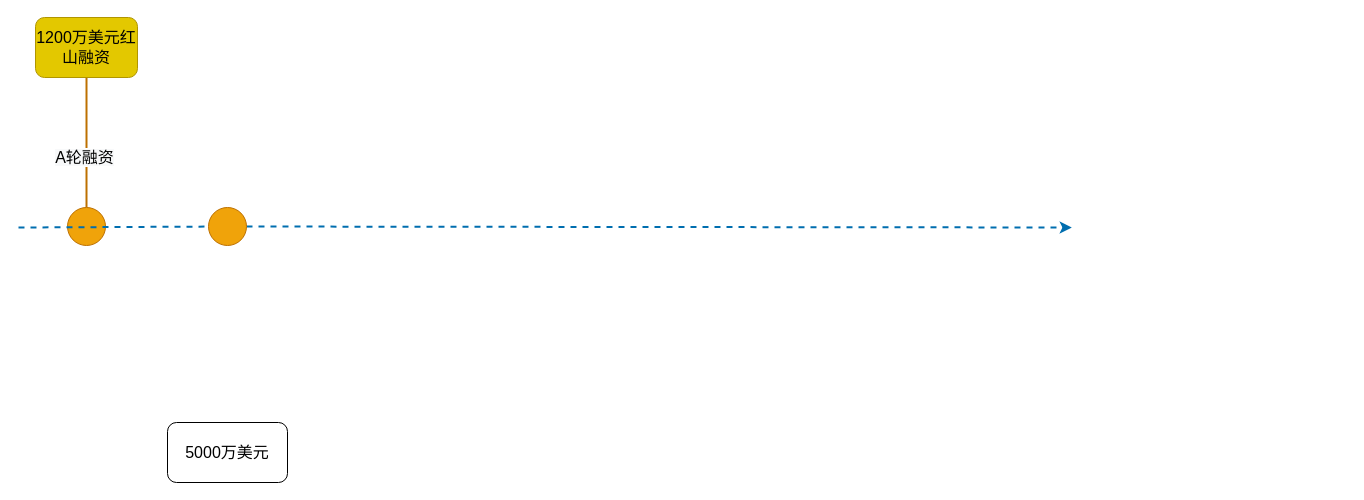
The draw.io diagram page "美团点评融资历程" (3 of 6) of 未命名绘图.drawio in starzy1990/diagrams, before the edit. Source tidied: cells renumbered, new cells numbered last; positions are measured from the earlier drawing's top-left corner, leaving out a move shared by most shapes. Both pictures are drawn from the tidied source at 100%, with x=0, y=0 at pixel (18, 17).
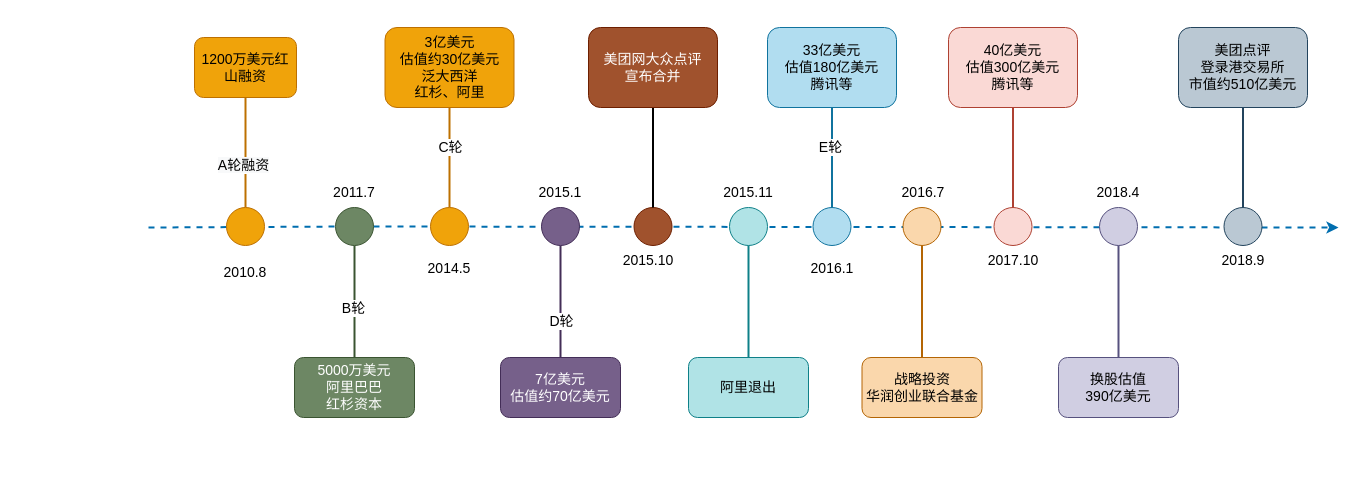
The same diagram, later.

Diff of the diagram source:
```diff
@@
-    <mxCell id="2" style="endArrow=classic;html=1;rounded=0;fontSize=16;strokeWidth=2;dashed=1;fillColor=#1ba1e2;strokeColor=#006EAF;startArrow=none;" parent="1" edge="1" source="7">
+    <mxCell id="2" style="endArrow=classic;html=1;rounded=0;fontSize=14;strokeWidth=2;dashed=1;fillColor=#1ba1e2;strokeColor=#006EAF;startArrow=none;" parent="1" edge="1" source="7">
       <mxGeometry relative="1" as="geometry">
-        <mxPoint x="1053.3" y="210" as="targetPoint" />
+        <mxPoint x="1320" y="210" as="targetPoint" />
       </mxGeometry>
     </mxCell>
-    <mxCell id="3" style="ellipse;whiteSpace=wrap;html=1;fontSize=16;fillColor=#f0a30a;strokeColor=#BD7000;fontColor=#000000;" parent="1" vertex="1">
-      <mxGeometry x="49" y="190" width="38" height="38" as="geometry" />
-    </mxCell>
-    <mxCell id="4" style="edgeStyle=orthogonalEdgeStyle;rounded=0;jettySize=auto;html=1;entryX=0.5;entryY=0;entryDx=0;entryDy=0;fontSize=16;startArrow=none;startFill=0;endArrow=none;endFill=0;strokeWidth=2;fillColor=#f0a30a;strokeColor=#BD7000;" parent="1" edge="1" source="6" target="3">
+    <mxCell id="4" style="edgeStyle=orthogonalEdgeStyle;rounded=0;jettySize=auto;html=1;entryX=0.5;entryY=0;entryDx=0;entryDy=0;fontSize=14;startArrow=none;startFill=0;endArrow=none;endFill=0;strokeWidth=2;fillColor=#f0a30a;strokeColor=#BD7000;" parent="1" edge="1" source="6" target="3">
       <mxGeometry relative="1" as="geometry" />
     </mxCell>
-    <mxCell id="5" value="&lt;span style=&quot;background-color: rgb(248 , 249 , 250)&quot;&gt;A轮融资&lt;/span&gt;" style="edgeLabel;html=1;align=center;verticalAlign=middle;fontSize=16;" parent="4" vertex="1">
+    <mxCell id="5" value="&lt;span style=&quot;background-color: rgb(248, 249, 250); font-size: 14px;&quot;&gt;A轮融资&lt;/span&gt;" style="edgeLabel;html=1;align=center;verticalAlign=middle;fontSize=14;" parent="4" vertex="1">
       <mxGeometry x="0.21" y="-3" relative="1" as="geometry" />
     </mxCell>
-    <mxCell id="6" value="1200万美元红山融资" style="rounded=1;whiteSpace=wrap;html=1;fontSize=16;fillColor=#e3c800;fontColor=#000000;strokeColor=#B09500;" parent="1" vertex="1">
-      <mxGeometry x="17" width="102" height="60" as="geometry" />
+    <mxCell id="6" value="1200万美元红山融资" style="rounded=1;whiteSpace=wrap;html=1;fontSize=14;fillColor=#f0a30a;fontColor=#000000;strokeColor=#BD7000;" parent="1" vertex="1">
+      <mxGeometry x="176" y="20" width="102" height="60" as="geometry" />
     </mxCell>
+    <mxCell id="10" style="edgeStyle=orthogonalEdgeStyle;rounded=0;jettySize=auto;html=1;fontColor=#FFFFFF;strokeWidth=2;fillColor=#6d8764;strokeColor=#3A5431;endArrow=none;endFill=0;fontSize=14;" parent="1" edge="1" source="7" target="9">
+      <mxGeometry relative="1" as="geometry" />
+    </mxCell>
+    <mxCell id="11" value="B轮" style="edgeLabel;html=1;align=center;verticalAlign=middle;fontSize=14;fontColor=#000000;" parent="10" vertex="1">
+      <mxGeometry x="0.11" y="-2" relative="1" as="geometry" />
+    </mxCell>
-    <mxCell id="7" style="ellipse;whiteSpace=wrap;html=1;fontSize=16;fillColor=#f0a30a;strokeColor=#BD7000;fontColor=#000000;" parent="1" vertex="1">
-      <mxGeometry x="190" y="190" width="38" height="38" as="geometry" />
+    <mxCell id="7" style="ellipse;whiteSpace=wrap;html=1;fontSize=14;fillColor=#6d8764;strokeColor=#3A5431;fontColor=#ffffff;" parent="1" vertex="1">
+      <mxGeometry x="317" y="190" width="38" height="38" as="geometry" />
     </mxCell>
-    <mxCell id="8" style="endArrow=none;html=1;rounded=0;fontSize=16;strokeWidth=2;dashed=1;fillColor=#1ba1e2;strokeColor=#006EAF;" parent="1" edge="1" target="7">
+    <mxCell id="8" style="endArrow=none;html=1;rounded=0;fontSize=14;strokeWidth=2;dashed=1;fillColor=#1ba1e2;strokeColor=#006EAF;" parent="1" edge="1" target="7">
       <mxGeometry relative="1" as="geometry">
-        <mxPoint y="210" as="sourcePoint" />
+        <mxPoint x="130" y="210" as="sourcePoint" />
       </mxGeometry>
     </mxCell>
-    <mxCell id="9" value="5000万美元" style="rounded=1;whiteSpace=wrap;html=1;fontSize=16;" parent="1" vertex="1">
-      <mxGeometry x="149" y="405" width="120" height="60" as="geometry" />
+    <mxCell id="9" value="5000万美元&lt;br style=&quot;font-size: 14px;&quot;&gt;阿里巴巴&lt;br style=&quot;font-size: 14px;&quot;&gt;红杉资本" style="rounded=1;whiteSpace=wrap;html=1;fontSize=14;fillColor=#6d8764;fontColor=#ffffff;strokeColor=#3A5431;" parent="1" vertex="1">
+      <mxGeometry x="276" y="340" width="120" height="60" as="geometry" />
     </mxCell>
+    <mxCell id="12" value="2010.8" style="text;html=1;strokeColor=none;fillColor=none;align=center;verticalAlign=middle;whiteSpace=wrap;rounded=0;fontColor=#000000;fontSize=14;" parent="1" vertex="1">
+      <mxGeometry x="197" y="240" width="60" height="30" as="geometry" />
+    </mxCell>
+    <mxCell id="13" style="ellipse;whiteSpace=wrap;html=1;fontSize=14;fillColor=#f0a30a;strokeColor=#BD7000;fontColor=#000000;" parent="1" vertex="1">
+      <mxGeometry x="412" y="190" width="38" height="38" as="geometry" />
+    </mxCell>
+    <mxCell id="14" style="edgeStyle=orthogonalEdgeStyle;rounded=0;jettySize=auto;html=1;entryX=0.5;entryY=0;entryDx=0;entryDy=0;fontSize=14;fontColor=#000000;endArrow=none;endFill=0;strokeWidth=2;fillColor=#f0a30a;strokeColor=#BD7000;" parent="1" edge="1" source="16" target="13">
+      <mxGeometry relative="1" as="geometry" />
+    </mxCell>
+    <mxCell id="15" value="C轮" style="edgeLabel;html=1;align=center;verticalAlign=middle;fontSize=14;fontColor=#000000;" parent="14" vertex="1">
+      <mxGeometry x="-0.22" relative="1" as="geometry" />
+    </mxCell>
+    <mxCell id="16" value="3亿美元&lt;br&gt;估值约30亿美元&lt;br&gt;泛大西洋&lt;br&gt;红杉、阿里" style="rounded=1;whiteSpace=wrap;html=1;fontSize=14;fillColor=#f0a30a;fontColor=#000000;strokeColor=#BD7000;" parent="1" vertex="1">
+      <mxGeometry x="366.5" y="10" width="129" height="80" as="geometry" />
+    </mxCell>
+    <mxCell id="17" value="2011.7" style="text;html=1;strokeColor=none;fillColor=none;align=center;verticalAlign=middle;whiteSpace=wrap;rounded=0;fontColor=#000000;fontSize=14;" parent="1" vertex="1">
+      <mxGeometry x="306" y="160" width="60" height="30" as="geometry" />
+    </mxCell>
+    <mxCell id="18" value="2014.5" style="text;html=1;strokeColor=none;fillColor=none;align=center;verticalAlign=middle;whiteSpace=wrap;rounded=0;fontColor=#000000;fontSize=14;" parent="1" vertex="1">
+      <mxGeometry x="401" y="236" width="60" height="30" as="geometry" />
+    </mxCell>
+    <mxCell id="19" style="ellipse;whiteSpace=wrap;html=1;fontSize=14;fillColor=#76608a;strokeColor=#432D57;fontColor=#ffffff;" parent="1" vertex="1">
+      <mxGeometry x="523" y="190" width="38" height="38" as="geometry" />
+    </mxCell>
+    <mxCell id="20" style="edgeStyle=orthogonalEdgeStyle;rounded=0;jettySize=auto;html=1;entryX=0.5;entryY=1;entryDx=0;entryDy=0;fontSize=14;fontColor=#000000;endArrow=none;endFill=0;strokeWidth=2;fillColor=#76608a;strokeColor=#432D57;" parent="1" edge="1" source="22" target="19">
+      <mxGeometry relative="1" as="geometry" />
+    </mxCell>
+    <mxCell id="21" value="D轮" style="edgeLabel;html=1;align=center;verticalAlign=middle;fontSize=14;fontColor=#000000;" parent="20" vertex="1">
+      <mxGeometry x="-0.34" relative="1" as="geometry" />
+    </mxCell>
+    <mxCell id="22" value="7亿美元&lt;br style=&quot;font-size: 14px&quot;&gt;估值约70亿美元" style="rounded=1;whiteSpace=wrap;html=1;fontSize=14;fillColor=#76608a;fontColor=#ffffff;strokeColor=#432D57;" parent="1" vertex="1">
+      <mxGeometry x="482" y="340" width="120" height="60" as="geometry" />
+    </mxCell>
+    <mxCell id="23" value="2015.1" style="text;html=1;strokeColor=none;fillColor=none;align=center;verticalAlign=middle;whiteSpace=wrap;rounded=0;fontColor=#000000;fontSize=14;" parent="1" vertex="1">
+      <mxGeometry x="512" y="160" width="60" height="30" as="geometry" />
+    </mxCell>
+    <mxCell id="24" style="ellipse;whiteSpace=wrap;html=1;fontSize=14;fillColor=#a0522d;strokeColor=#6D1F00;fontColor=#ffffff;" parent="1" vertex="1">
+      <mxGeometry x="615.5" y="190" width="38" height="38" as="geometry" />
+    </mxCell>
+    <mxCell id="25" style="edgeStyle=orthogonalEdgeStyle;rounded=0;jettySize=auto;html=1;entryX=0.5;entryY=0;entryDx=0;entryDy=0;fontSize=14;fontColor=#000000;endArrow=none;endFill=0;strokeWidth=2;" parent="1" edge="1" source="26" target="24">
+      <mxGeometry relative="1" as="geometry" />
+    </mxCell>
+    <mxCell id="26" value="美团网大众点评&lt;br&gt;宣布合并" style="rounded=1;whiteSpace=wrap;html=1;fontSize=14;fillColor=#a0522d;fontColor=#ffffff;strokeColor=#6D1F00;" parent="1" vertex="1">
+      <mxGeometry x="570" y="10" width="129" height="80" as="geometry" />
+    </mxCell>
+    <mxCell id="27" value="2015.10" style="text;html=1;strokeColor=none;fillColor=none;align=center;verticalAlign=middle;whiteSpace=wrap;rounded=0;fontColor=#000000;fontSize=14;" parent="1" vertex="1">
+      <mxGeometry x="600" y="228" width="60" height="30" as="geometry" />
+    </mxCell>
+    <mxCell id="28" style="ellipse;whiteSpace=wrap;html=1;fontSize=14;fillColor=#b0e3e6;strokeColor=#0e8088;" parent="1" vertex="1">
+      <mxGeometry x="711" y="190" width="38" height="38" as="geometry" />
+    </mxCell>
+    <mxCell id="29" style="edgeStyle=orthogonalEdgeStyle;rounded=0;jettySize=auto;html=1;entryX=0.5;entryY=1;entryDx=0;entryDy=0;fontSize=14;fontColor=#000000;endArrow=none;endFill=0;strokeWidth=2;fillColor=#b0e3e6;strokeColor=#0e8088;" parent="1" edge="1" source="30" target="28">
+      <mxGeometry relative="1" as="geometry" />
+    </mxCell>
+    <mxCell id="30" value="阿里退出" style="rounded=1;whiteSpace=wrap;html=1;fontSize=14;fillColor=#b0e3e6;strokeColor=#0e8088;" parent="1" vertex="1">
+      <mxGeometry x="670" y="340" width="120" height="60" as="geometry" />
+    </mxCell>
+    <mxCell id="31" value="2015.11" style="text;html=1;strokeColor=none;fillColor=none;align=center;verticalAlign=middle;whiteSpace=wrap;rounded=0;fontColor=#000000;fontSize=14;" parent="1" vertex="1">
+      <mxGeometry x="700" y="160" width="60" height="30" as="geometry" />
+    </mxCell>
+    <mxCell id="32" style="ellipse;whiteSpace=wrap;html=1;fontSize=14;fillColor=#b1ddf0;strokeColor=#10739e;" parent="1" vertex="1">
+      <mxGeometry x="794.5" y="190" width="38" height="38" as="geometry" />
+    </mxCell>
+    <mxCell id="33" style="edgeStyle=orthogonalEdgeStyle;rounded=0;jettySize=auto;html=1;entryX=0.5;entryY=0;entryDx=0;entryDy=0;fontSize=14;fontColor=#000000;endArrow=none;endFill=0;strokeWidth=2;fillColor=#b1ddf0;strokeColor=#10739e;" parent="1" edge="1" source="35" target="32">
+      <mxGeometry relative="1" as="geometry" />
+    </mxCell>
+    <mxCell id="34" value="E轮" style="edgeLabel;html=1;align=center;verticalAlign=middle;fontSize=14;fontColor=#000000;" parent="33" vertex="1">
+      <mxGeometry x="-0.22" y="-2" relative="1" as="geometry" />
+    </mxCell>
+    <mxCell id="35" value="33亿美元&lt;br&gt;估值180亿美元&lt;br&gt;腾讯等" style="rounded=1;whiteSpace=wrap;html=1;fontSize=14;fillColor=#b1ddf0;strokeColor=#10739e;" parent="1" vertex="1">
+      <mxGeometry x="749" y="10" width="129" height="80" as="geometry" />
+    </mxCell>
+    <mxCell id="36" value="2016.1" style="text;html=1;strokeColor=none;fillColor=none;align=center;verticalAlign=middle;whiteSpace=wrap;rounded=0;fontColor=#000000;fontSize=14;" parent="1" vertex="1">
+      <mxGeometry x="783.5" y="236" width="60" height="30" as="geometry" />
+    </mxCell>
+    <mxCell id="37" style="edgeStyle=orthogonalEdgeStyle;rounded=0;jettySize=auto;html=1;entryX=0.5;entryY=0;entryDx=0;entryDy=0;fontSize=14;fontColor=#000000;endArrow=none;endFill=0;strokeWidth=2;fillColor=#fad7ac;strokeColor=#b46504;" parent="1" edge="1" source="38" target="39">
+      <mxGeometry relative="1" as="geometry" />
+    </mxCell>
+    <mxCell id="38" style="ellipse;whiteSpace=wrap;html=1;fontSize=14;fillColor=#fad7ac;strokeColor=#b46504;" parent="1" vertex="1">
+      <mxGeometry x="884.5" y="190" width="38" height="38" as="geometry" />
+    </mxCell>
+    <mxCell id="39" value="战略投资&lt;br&gt;华润创业联合基金" style="rounded=1;whiteSpace=wrap;html=1;fontSize=14;fillColor=#fad7ac;strokeColor=#b46504;" parent="1" vertex="1">
+      <mxGeometry x="843.5" y="340" width="120" height="60" as="geometry" />
+    </mxCell>
+    <mxCell id="40" value="2016.7" style="text;html=1;strokeColor=none;fillColor=none;align=center;verticalAlign=middle;whiteSpace=wrap;rounded=0;fontColor=#000000;fontSize=14;" parent="1" vertex="1">
+      <mxGeometry x="875" y="160" width="60" height="30" as="geometry" />
+    </mxCell>
+    <mxCell id="41" style="ellipse;whiteSpace=wrap;html=1;fontSize=14;fillColor=#fad9d5;strokeColor=#ae4132;" parent="1" vertex="1">
+      <mxGeometry x="975.5" y="190" width="38" height="38" as="geometry" />
+    </mxCell>
+    <mxCell id="42" style="edgeStyle=orthogonalEdgeStyle;rounded=0;jettySize=auto;html=1;entryX=0.5;entryY=0;entryDx=0;entryDy=0;fontSize=14;fontColor=#000000;endArrow=none;endFill=0;strokeWidth=2;fillColor=#fad9d5;strokeColor=#ae4132;" parent="1" edge="1" source="43" target="41">
+      <mxGeometry relative="1" as="geometry" />
+    </mxCell>
+    <mxCell id="43" value="40亿美元&lt;br&gt;估值300亿美元&lt;br&gt;腾讯等" style="rounded=1;whiteSpace=wrap;html=1;fontSize=14;fillColor=#fad9d5;strokeColor=#ae4132;" parent="1" vertex="1">
+      <mxGeometry x="930" y="10" width="129" height="80" as="geometry" />
+    </mxCell>
+    <mxCell id="44" value="2017.10" style="text;html=1;strokeColor=none;fillColor=none;align=center;verticalAlign=middle;whiteSpace=wrap;rounded=0;fontColor=#000000;fontSize=14;" parent="1" vertex="1">
+      <mxGeometry x="964.5" y="228" width="60" height="30" as="geometry" />
+    </mxCell>
+    <mxCell id="3" style="ellipse;whiteSpace=wrap;html=1;fontSize=14;fillColor=#f0a30a;strokeColor=#BD7000;fontColor=#000000;" parent="1" vertex="1">
+      <mxGeometry x="208" y="190" width="38" height="38" as="geometry" />
+    </mxCell>
+    <mxCell id="45" style="ellipse;whiteSpace=wrap;html=1;fontSize=14;fillColor=#d0cee2;strokeColor=#56517e;" parent="1" vertex="1">
+      <mxGeometry x="1081" y="190" width="38" height="38" as="geometry" />
+    </mxCell>
+    <mxCell id="46" style="edgeStyle=orthogonalEdgeStyle;rounded=0;jettySize=auto;html=1;entryX=0.5;entryY=1;entryDx=0;entryDy=0;fontSize=14;fontColor=#000000;endArrow=none;endFill=0;strokeWidth=2;fillColor=#d0cee2;strokeColor=#56517e;" parent="1" edge="1" source="47" target="45">
+      <mxGeometry relative="1" as="geometry" />
+    </mxCell>
+    <mxCell id="47" value="换股估值&lt;br&gt;390亿美元" style="rounded=1;whiteSpace=wrap;html=1;fontSize=14;fillColor=#d0cee2;strokeColor=#56517e;" parent="1" vertex="1">
+      <mxGeometry x="1040" y="340" width="120" height="60" as="geometry" />
+    </mxCell>
+    <mxCell id="48" value="2018.4" style="text;html=1;strokeColor=none;fillColor=none;align=center;verticalAlign=middle;whiteSpace=wrap;rounded=0;fontColor=#000000;fontSize=14;" parent="1" vertex="1">
+      <mxGeometry x="1070" y="160" width="60" height="30" as="geometry" />
+    </mxCell>
+    <mxCell id="49" style="ellipse;whiteSpace=wrap;html=1;fontSize=14;fillColor=#bac8d3;strokeColor=#23445d;" parent="1" vertex="1">
+      <mxGeometry x="1205.5" y="190" width="38" height="38" as="geometry" />
+    </mxCell>
+    <mxCell id="50" style="edgeStyle=orthogonalEdgeStyle;rounded=0;jettySize=auto;html=1;entryX=0.5;entryY=0;entryDx=0;entryDy=0;fontSize=14;fontColor=#000000;endArrow=none;endFill=0;strokeWidth=2;fillColor=#bac8d3;strokeColor=#23445d;" parent="1" edge="1" source="51" target="49">
+      <mxGeometry relative="1" as="geometry" />
+    </mxCell>
+    <mxCell id="51" value="美团点评&lt;br&gt;登录港交易所&lt;br&gt;市值约510亿美元" style="rounded=1;whiteSpace=wrap;html=1;fontSize=14;fillColor=#bac8d3;strokeColor=#23445d;" parent="1" vertex="1">
+      <mxGeometry x="1160" y="10" width="129" height="80" as="geometry" />
+    </mxCell>
+    <mxCell id="52" value="2018.9" style="text;html=1;strokeColor=none;fillColor=none;align=center;verticalAlign=middle;whiteSpace=wrap;rounded=0;fontColor=#000000;fontSize=14;" parent="1" vertex="1">
+      <mxGeometry x="1194.5" y="228" width="60" height="30" as="geometry" />
+    </mxCell>
```
